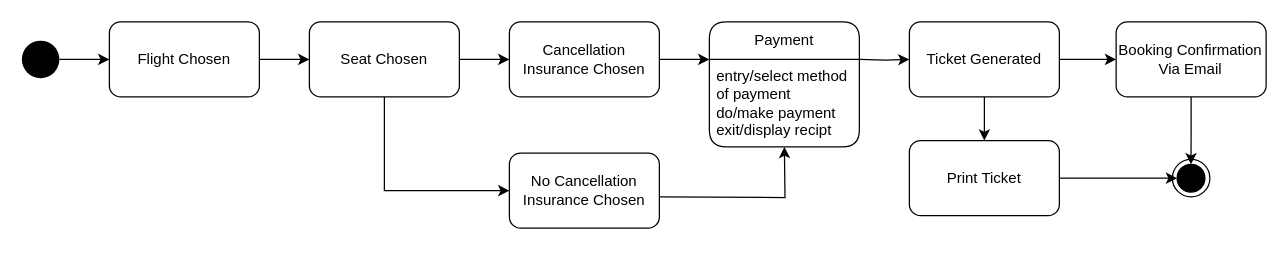
The draw.io diagram Diagrams/StateTransitionTicketObj.drawio in jsugimoto99/ENSF-614---Group-12, before the edit. Source tidied: cells renumbered, new cells numbered last; positions are measured from the earlier drawing's top-left corner, leaving out a move shared by most shapes. Both pictures are drawn from the tidied source at 125%, with x=0, y=0 at pixel (21, 21).
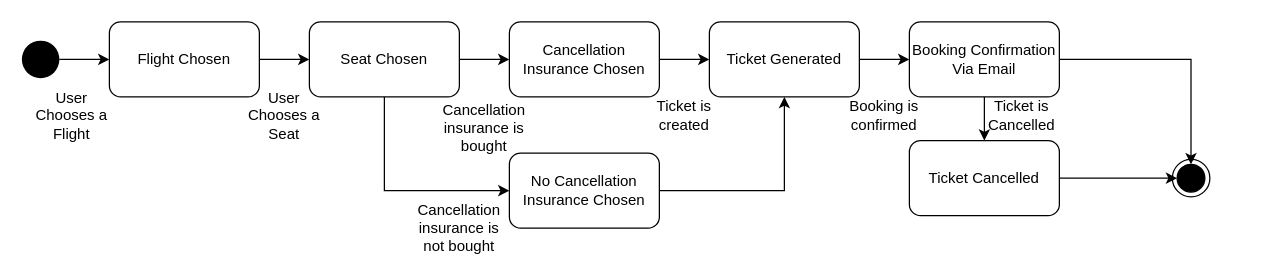
After the change.

Commit message (it also covers changes not shown here):
UML and ticket state

The change refers to these unchanged cells:
```xml
<mxCell id="19" value="Cancellation Insurance Chosen" style="whiteSpace=wrap;html=1;rounded=1;" parent="1" vertex="1">
  <mxGeometry x="390" width="120" height="60" as="geometry" />
</mxCell>
<mxCell id="20" value="No Cancellation Insurance Chosen" style="whiteSpace=wrap;html=1;rounded=1;" parent="1" vertex="1">
  <mxGeometry x="390" y="105" width="120" height="60" as="geometry" />
</mxCell>
```

The edit, as a diff of the source:
```diff
@@
-    <mxCell id="10" style="edgeStyle=orthogonalEdgeStyle;rounded=0;jettySize=auto;html=1;" parent="1" edge="1" target="15">
-      <mxGeometry relative="1" as="geometry">
-        <mxPoint x="670" y="30" as="sourcePoint" />
-      </mxGeometry>
-    </mxCell>
@@
-    <mxCell id="14" style="edgeStyle=orthogonalEdgeStyle;rounded=0;jettySize=auto;html=1;exitX=0.5;exitY=1;exitDx=0;exitDy=0;entryX=0.5;entryY=0;entryDx=0;entryDy=0;" parent="1" edge="1" source="15" target="26">
-      <mxGeometry relative="1" as="geometry" />
-    </mxCell>
     <mxCell id="15" value="Ticket Generated" style="whiteSpace=wrap;html=1;rounded=1;" parent="1" vertex="1">
-      <mxGeometry x="710" width="120" height="60" as="geometry" />
+      <mxGeometry x="550" width="120" height="60" as="geometry" />
     </mxCell>
@@
+    <mxCell id="27" style="edgeStyle=orthogonalEdgeStyle;rounded=0;jettySize=auto;html=1;entryX=0.5;entryY=0;entryDx=0;entryDy=0;" parent="1" edge="1" source="17" target="26">
+      <mxGeometry relative="1" as="geometry" />
+    </mxCell>
     <mxCell id="17" value="Booking Confirmation Via Email" style="whiteSpace=wrap;html=1;rounded=1;" parent="1" vertex="1">
-      <mxGeometry x="875.4" width="120" height="60" as="geometry" />
+      <mxGeometry x="710" width="120" height="60" as="geometry" />
     </mxCell>
@@
+    <mxCell id="28" style="edgeStyle=orthogonalEdgeStyle;rounded=0;jettySize=auto;html=1;exitX=1;exitY=0.5;exitDx=0;exitDy=0;entryX=0.5;entryY=1;entryDx=0;entryDy=0;" parent="1" edge="1" source="20" target="15">
+      <mxGeometry relative="1" as="geometry" />
+    </mxCell>
@@
-    <mxCell id="21" style="edgeStyle=orthogonalEdgeStyle;rounded=0;jettySize=auto;html=1;" parent="1" edge="1" source="19">
-      <mxGeometry relative="1" as="geometry">
-        <mxPoint x="550" y="30" as="targetPoint" />
-      </mxGeometry>
+    <mxCell id="21" style="edgeStyle=orthogonalEdgeStyle;rounded=0;jettySize=auto;html=1;entryX=0;entryY=0.5;entryDx=0;entryDy=0;" parent="1" edge="1" source="19" target="15">
+      <mxGeometry relative="1" as="geometry" />
     </mxCell>
-    <mxCell id="22" value="Payment" style="swimlane;fontStyle=0;horizontal=1;startSize=30;whiteSpace=wrap;html=1,rounded=1;rounded=1;" parent="1" vertex="1">
-      <mxGeometry x="550" width="120" height="100" as="geometry" />
-    </mxCell>
-    <mxCell id="23" value="entry/select method of payment&lt;br&gt;do/make payment&lt;br&gt;exit/display recipt" style="text;strokeColor=none;fillColor=none;align=left;verticalAlign=middle;spacingLeft=4;spacingRight=4;overflow=hidden;whiteSpace=wrap;html=1;" parent="22" vertex="1">
-      <mxGeometry y="30" width="120" height="70" as="geometry" />
-    </mxCell>
-    <mxCell id="24" style="edgeStyle=orthogonalEdgeStyle;rounded=0;orthogonalLoop=1;jettySize=auto;html=1;" parent="22" edge="1">
-      <mxGeometry relative="1" as="geometry">
-        <mxPoint x="-40" y="140" as="sourcePoint" />
-        <mxPoint x="60" y="100" as="targetPoint" />
-      </mxGeometry>
-    </mxCell>
@@
-    <mxCell id="26" value="Print Ticket" style="whiteSpace=wrap;html=1;rounded=1;" parent="1" vertex="1">
+    <mxCell id="26" value="Ticket Cancelled" style="whiteSpace=wrap;html=1;rounded=1;" parent="1" vertex="1">
       <mxGeometry x="710" y="95" width="120" height="60" as="geometry" />
     </mxCell>
+    <mxCell id="29" value="User Chooses a Flight" style="text;html=1;strokeColor=none;fillColor=none;align=center;verticalAlign=middle;whiteSpace=wrap;rounded=0;" parent="1" vertex="1">
+      <mxGeometry x="10" y="60" width="60" height="30" as="geometry" />
+    </mxCell>
+    <mxCell id="30" value="User Chooses a Seat" style="text;html=1;strokeColor=none;fillColor=none;align=center;verticalAlign=middle;whiteSpace=wrap;rounded=0;" parent="1" vertex="1">
+      <mxGeometry x="180" y="60" width="60" height="30" as="geometry" />
+    </mxCell>
+    <mxCell id="31" value="Cancellation insurance is bought" style="text;html=1;strokeColor=none;fillColor=none;align=center;verticalAlign=middle;whiteSpace=wrap;rounded=0;" parent="1" vertex="1">
+      <mxGeometry x="340" y="70" width="60" height="30" as="geometry" />
+    </mxCell>
+    <mxCell id="32" value="Ticket is created" style="text;html=1;strokeColor=none;fillColor=none;align=center;verticalAlign=middle;whiteSpace=wrap;rounded=0;" parent="1" vertex="1">
+      <mxGeometry x="500" y="60" width="60" height="30" as="geometry" />
+    </mxCell>
+    <mxCell id="33" value="Cancellation insurance is not bought" style="text;html=1;strokeColor=none;fillColor=none;align=center;verticalAlign=middle;whiteSpace=wrap;rounded=0;" parent="1" vertex="1">
+      <mxGeometry x="320" y="150" width="60" height="30" as="geometry" />
+    </mxCell>
+    <mxCell id="34" value="Booking is confirmed" style="text;html=1;strokeColor=none;fillColor=none;align=center;verticalAlign=middle;whiteSpace=wrap;rounded=0;" parent="1" vertex="1">
+      <mxGeometry x="660" y="60" width="60" height="30" as="geometry" />
+    </mxCell>
+    <mxCell id="35" value="Ticket is Cancelled" style="text;html=1;strokeColor=none;fillColor=none;align=center;verticalAlign=middle;whiteSpace=wrap;rounded=0;" parent="1" vertex="1">
+      <mxGeometry x="770" y="60" width="60" height="30" as="geometry" />
+    </mxCell>
```
